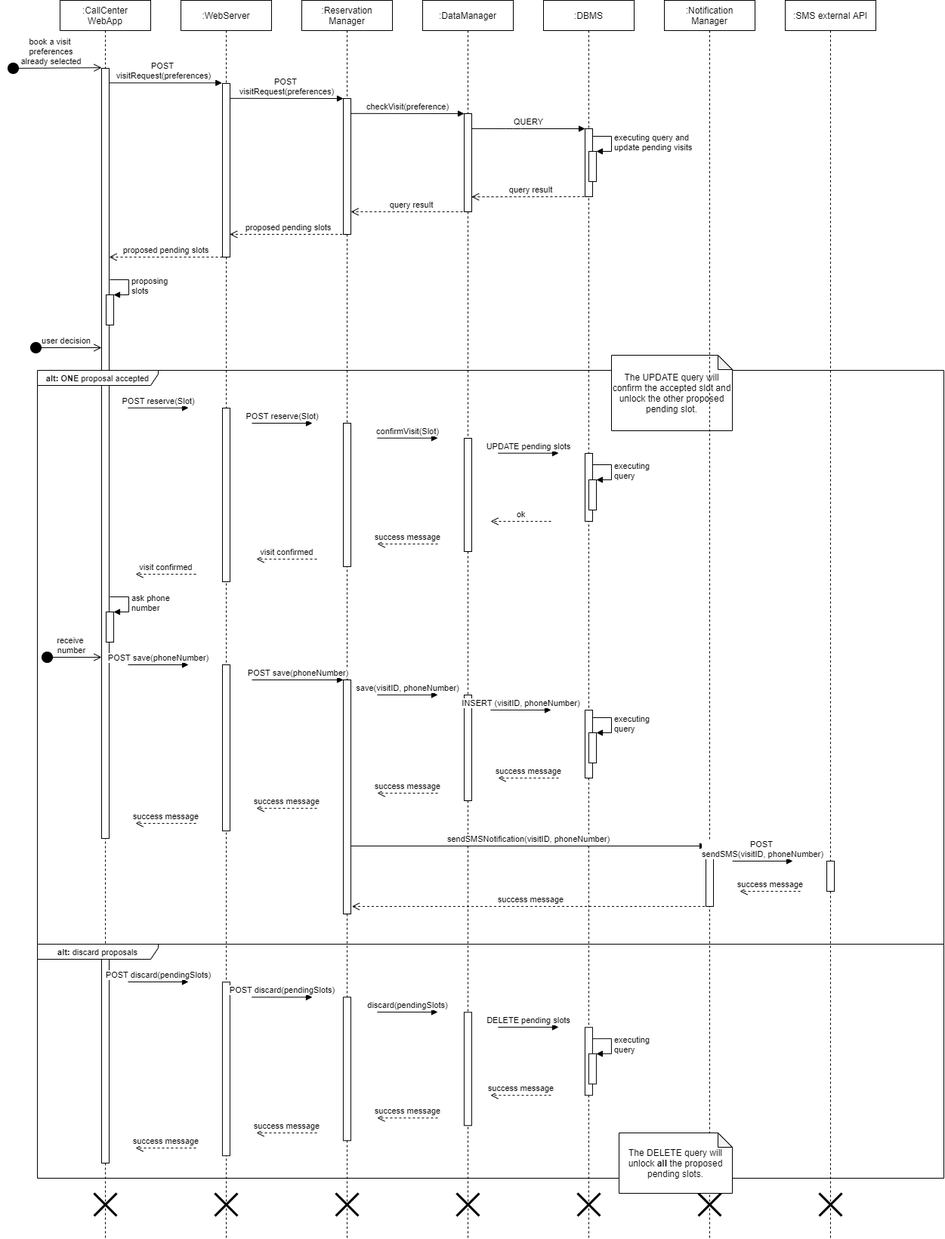
Before: DD/Runtime view diagram/book visit call center.png, a diagram exported from draw.io (CosimoSguanci/SguanciSpataforaVergani-RASD-DD-ingsw2). Source tidied: cells renumbered, new cells last; positions are measured from the earlier drawing's top-left corner, leaving out a move shared by most shapes.
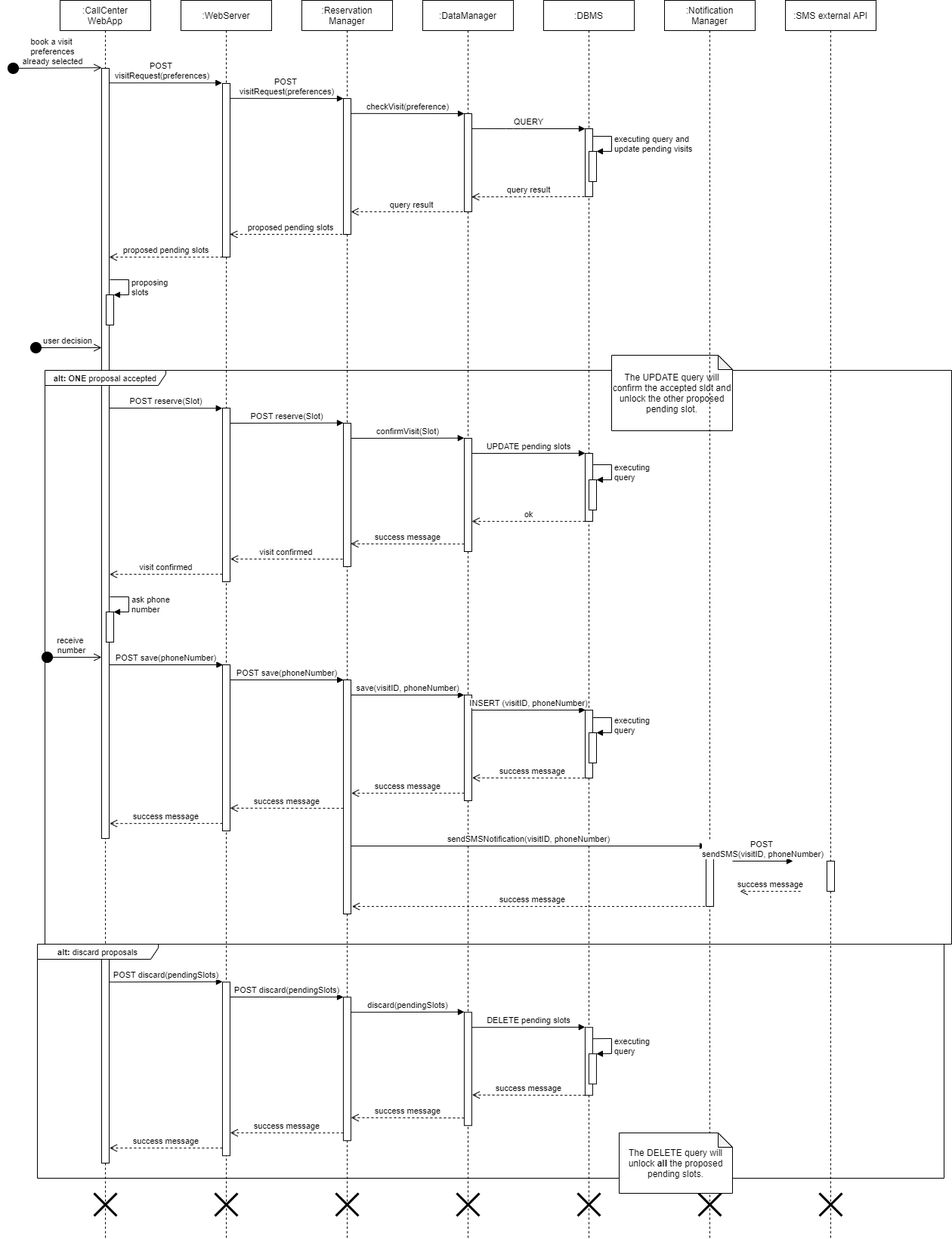
After the commit.

What changed in the source:
```diff
@@ -113,42 +113,38 @@
       </mxGeometry>
     </mxCell>
     <mxCell id="30" value="&lt;font style=&quot;font-size: 11px&quot;&gt;&lt;b&gt;alt: ONE&lt;/b&gt; proposal accepted&lt;/font&gt;" style="shape=umlFrame;whiteSpace=wrap;html=1;width=160;height=20;" parent="1" vertex="1">
-      <mxGeometry x="40" y="490" width="1200" height="760" as="geometry" />
+      <mxGeometry x="50" y="490" width="1200" height="760" as="geometry" />
     </mxCell>
     <mxCell id="31" style="html=1;points=[];perimeter=orthogonalPerimeter;" parent="1" vertex="1">
       <mxGeometry x="125" y="510" width="10" height="600" as="geometry" />
     </mxCell>
-    <mxCell id="32" value="POST reserve(Slot)" style="html=1;verticalAlign=bottom;endArrow=block;" parent="1" edge="1">
+    <mxCell id="32" value="POST reserve(Slot)" style="html=1;verticalAlign=bottom;endArrow=block;entryX=-0.027;entryY=0.001;entryDx=0;entryDy=0;entryPerimeter=0;" parent="1" edge="1" target="33">
       <mxGeometry relative="1" as="geometry">
-        <mxPoint x="160" y="539.8" as="sourcePoint" />
-        <mxPoint x="240" y="539.8" as="targetPoint" />
+        <mxPoint x="135" y="540" as="sourcePoint" />
       </mxGeometry>
     </mxCell>
     <mxCell id="33" style="html=1;points=[];perimeter=orthogonalPerimeter;" parent="1" vertex="1">
       <mxGeometry x="285" y="540" width="10" height="230" as="geometry" />
     </mxCell>
-    <mxCell id="34" value="POST reserve(Slot)" style="html=1;verticalAlign=bottom;endArrow=block;" parent="1" edge="1">
+    <mxCell id="34" value="POST reserve(Slot)" style="html=1;verticalAlign=bottom;endArrow=block;entryX=-0.001;entryY=-0.002;entryDx=0;entryDy=0;entryPerimeter=0;" parent="1" edge="1" target="35">
       <mxGeometry relative="1" as="geometry">
-        <mxPoint x="324" y="560" as="sourcePoint" />
-        <mxPoint x="404" y="560" as="targetPoint" />
+        <mxPoint x="295" y="560" as="sourcePoint" />
       </mxGeometry>
     </mxCell>
     <mxCell id="35" style="html=1;points=[];perimeter=orthogonalPerimeter;" parent="1" vertex="1">
       <mxGeometry x="445" y="560" width="10" height="190" as="geometry" />
     </mxCell>
-    <mxCell id="36" value="confirmVisit(Slot)" style="html=1;verticalAlign=bottom;endArrow=block;" parent="1" edge="1">
+    <mxCell id="36" value="confirmVisit(Slot)" style="html=1;verticalAlign=bottom;endArrow=block;entryX=-0.018;entryY=-0.002;entryDx=0;entryDy=0;entryPerimeter=0;" parent="1" edge="1" target="37">
       <mxGeometry relative="1" as="geometry">
-        <mxPoint x="490" y="579.7" as="sourcePoint" />
-        <mxPoint x="570" y="579.7" as="targetPoint" />
+        <mxPoint x="455" y="580" as="sourcePoint" />
       </mxGeometry>
     </mxCell>
     <mxCell id="37" style="html=1;points=[];perimeter=orthogonalPerimeter;" parent="1" vertex="1">
       <mxGeometry x="605" y="580" width="10" height="150" as="geometry" />
     </mxCell>
-    <mxCell id="38" value="UPDATE pending slots" style="html=1;verticalAlign=bottom;endArrow=block;" parent="1" edge="1">
+    <mxCell id="38" value="UPDATE pending slots" style="html=1;verticalAlign=bottom;endArrow=block;entryX=-0.001;entryY=-0.002;entryDx=0;entryDy=0;entryPerimeter=0;" parent="1" edge="1" target="39">
       <mxGeometry relative="1" as="geometry">
-        <mxPoint x="650" y="599.7" as="sourcePoint" />
-        <mxPoint x="730" y="599.7" as="targetPoint" />
+        <mxPoint x="615" y="600" as="sourcePoint" />
       </mxGeometry>
     </mxCell>
     <mxCell id="39" style="html=1;points=[];perimeter=orthogonalPerimeter;" parent="1" vertex="1">
@@ -165,28 +161,24 @@
         </Array>
       </mxGeometry>
     </mxCell>
-    <mxCell id="42" value="ok" style="html=1;verticalAlign=bottom;endArrow=open;dashed=1;endSize=8;" parent="1" edge="1">
+    <mxCell id="42" value="ok" style="html=1;verticalAlign=bottom;endArrow=open;dashed=1;endSize=8;" parent="1" edge="1" target="37">
       <mxGeometry relative="1" as="geometry">
-        <mxPoint x="720" y="690" as="sourcePoint" />
-        <mxPoint x="640" y="690" as="targetPoint" />
+        <mxPoint x="765" y="690" as="sourcePoint" />
       </mxGeometry>
     </mxCell>
-    <mxCell id="43" value="success message" style="html=1;verticalAlign=bottom;endArrow=open;dashed=1;endSize=8;" parent="1" edge="1">
+    <mxCell id="43" value="success message" style="html=1;verticalAlign=bottom;endArrow=open;dashed=1;endSize=8;entryX=0.974;entryY=0.841;entryDx=0;entryDy=0;entryPerimeter=0;" parent="1" edge="1" target="35">
       <mxGeometry relative="1" as="geometry">
-        <mxPoint x="570" y="720" as="sourcePoint" />
-        <mxPoint x="490" y="720" as="targetPoint" />
+        <mxPoint x="604.9" y="720" as="sourcePoint" />
       </mxGeometry>
     </mxCell>
-    <mxCell id="44" value="visit confirmed" style="html=1;verticalAlign=bottom;endArrow=open;dashed=1;endSize=8;" parent="1" edge="1">
+    <mxCell id="44" value="visit confirmed" style="html=1;verticalAlign=bottom;endArrow=open;dashed=1;endSize=8;entryX=1.036;entryY=0.869;entryDx=0;entryDy=0;entryPerimeter=0;" parent="1" edge="1" target="33">
       <mxGeometry relative="1" as="geometry">
-        <mxPoint x="410" y="740" as="sourcePoint" />
-        <mxPoint x="330" y="740" as="targetPoint" />
+        <mxPoint x="444" y="740" as="sourcePoint" />
       </mxGeometry>
     </mxCell>
-    <mxCell id="45" value="visit confirmed" style="html=1;verticalAlign=bottom;endArrow=open;dashed=1;endSize=8;" parent="1" edge="1">
+    <mxCell id="45" value="visit confirmed" style="html=1;verticalAlign=bottom;endArrow=open;dashed=1;endSize=8;entryX=1.036;entryY=0.417;entryDx=0;entryDy=0;entryPerimeter=0;" parent="1" edge="1" target="31">
       <mxGeometry relative="1" as="geometry">
-        <mxPoint x="250" y="760" as="sourcePoint" />
-        <mxPoint x="170" y="760" as="targetPoint" />
+        <mxPoint x="284.9" y="760" as="sourcePoint" />
       </mxGeometry>
     </mxCell>
     <mxCell id="46" value="The UPDATE query will confirm the accepted slot and unlock the other proposed pending slot." style="shape=note;whiteSpace=wrap;html=1;backgroundOutline=1;darkOpacity=0.05;size=19;" parent="1" vertex="1">
@@ -209,36 +201,33 @@
         <mxPoint x="125" y="870" as="targetPoint" />
       </mxGeometry>
     </mxCell>
-    <mxCell id="50" value="POST save(phoneNumber)" style="html=1;verticalAlign=bottom;endArrow=block;" parent="1" edge="1">
+    <mxCell id="50" value="POST save(phoneNumber)" style="html=1;verticalAlign=bottom;endArrow=block;entryX=0.044;entryY=0;entryDx=0;entryDy=0;entryPerimeter=0;" parent="1" edge="1" target="51">
       <mxGeometry relative="1" as="geometry">
-        <mxPoint x="160" y="880" as="sourcePoint" />
-        <mxPoint x="240" y="880" as="targetPoint" />
+        <mxPoint x="135" y="880" as="sourcePoint" />
       </mxGeometry>
     </mxCell>
     <mxCell id="51" style="html=1;points=[];perimeter=orthogonalPerimeter;" parent="1" vertex="1">
       <mxGeometry x="285" y="880" width="10" height="220" as="geometry" />
     </mxCell>
-    <mxCell id="52" value="POST save(phoneNumber)" style="html=1;verticalAlign=bottom;endArrow=block;" parent="1" edge="1" target="53">
+    <mxCell id="52" value="POST save(phoneNumber)" style="html=1;verticalAlign=bottom;endArrow=block;entryX=0.017;entryY=0;entryDx=0;entryDy=0;entryPerimeter=0;" parent="1" edge="1" target="53">
       <mxGeometry relative="1" as="geometry">
-        <mxPoint x="324" y="900" as="sourcePoint" />
+        <mxPoint x="295" y="900" as="sourcePoint" />
       </mxGeometry>
     </mxCell>
     <mxCell id="53" style="html=1;points=[];perimeter=orthogonalPerimeter;" parent="1" vertex="1">
       <mxGeometry x="445" y="900" width="10" height="310" as="geometry" />
     </mxCell>
-    <mxCell id="54" value="save(visitID, phoneNumber)" style="html=1;verticalAlign=bottom;endArrow=block;" parent="1" edge="1">
+    <mxCell id="54" value="save(visitID, phoneNumber)" style="html=1;verticalAlign=bottom;endArrow=block;entryX=-0.009;entryY=0;entryDx=0;entryDy=0;entryPerimeter=0;" parent="1" edge="1" target="55">
       <mxGeometry relative="1" as="geometry">
-        <mxPoint x="490" y="919.8" as="sourcePoint" />
-        <mxPoint x="570" y="919.8" as="targetPoint" />
+        <mxPoint x="455" y="920" as="sourcePoint" />
       </mxGeometry>
     </mxCell>
     <mxCell id="55" style="html=1;points=[];perimeter=orthogonalPerimeter;" parent="1" vertex="1">
       <mxGeometry x="605" y="920" width="10" height="140" as="geometry" />
     </mxCell>
-    <mxCell id="56" value="INSERT (visitID, phoneNumber)" style="html=1;verticalAlign=bottom;endArrow=block;" parent="1" edge="1">
+    <mxCell id="56" value="INSERT (visitID, phoneNumber)" style="html=1;verticalAlign=bottom;endArrow=block;entryX=0.035;entryY=-0.001;entryDx=0;entryDy=0;entryPerimeter=0;" parent="1" edge="1" target="57">
       <mxGeometry relative="1" as="geometry">
-        <mxPoint x="640" y="939.9" as="sourcePoint" />
-        <mxPoint x="720" y="939.9" as="targetPoint" />
+        <mxPoint x="614.9" y="940" as="sourcePoint" />
       </mxGeometry>
     </mxCell>
     <mxCell id="57" style="html=1;points=[];perimeter=orthogonalPerimeter;" parent="1" vertex="1">
@@ -255,28 +244,24 @@
         </Array>
       </mxGeometry>
     </mxCell>
-    <mxCell id="60" value="success message" style="html=1;verticalAlign=bottom;endArrow=open;dashed=1;endSize=8;" parent="1" edge="1">
+    <mxCell id="60" value="success message" style="html=1;verticalAlign=bottom;endArrow=open;dashed=1;endSize=8;entryX=1.045;entryY=0.784;entryDx=0;entryDy=0;entryPerimeter=0;" parent="1" edge="1" target="55">
       <mxGeometry relative="1" as="geometry">
-        <mxPoint x="730" y="1030" as="sourcePoint" />
-        <mxPoint x="650" y="1030" as="targetPoint" />
+        <mxPoint x="769.9" y="1030" as="sourcePoint" />
       </mxGeometry>
     </mxCell>
-    <mxCell id="61" value="success message" style="html=1;verticalAlign=bottom;endArrow=open;dashed=1;endSize=8;" parent="1" edge="1">
+    <mxCell id="61" value="success message" style="html=1;verticalAlign=bottom;endArrow=open;dashed=1;endSize=8;entryX=1.045;entryY=0.484;entryDx=0;entryDy=0;entryPerimeter=0;" parent="1" edge="1" target="53">
       <mxGeometry relative="1" as="geometry">
-        <mxPoint x="570" y="1050" as="sourcePoint" />
-        <mxPoint x="490" y="1050" as="targetPoint" />
+        <mxPoint x="605" y="1050" as="sourcePoint" />
       </mxGeometry>
     </mxCell>
-    <mxCell id="62" value="success message" style="html=1;verticalAlign=bottom;endArrow=open;dashed=1;endSize=8;" parent="1" edge="1">
+    <mxCell id="62" value="success message" style="html=1;verticalAlign=bottom;endArrow=open;dashed=1;endSize=8;entryX=1.001;entryY=0.863;entryDx=0;entryDy=0;entryPerimeter=0;" parent="1" edge="1" target="51">
       <mxGeometry relative="1" as="geometry">
-        <mxPoint x="410" y="1070" as="sourcePoint" />
-        <mxPoint x="330" y="1070" as="targetPoint" />
+        <mxPoint x="445" y="1070" as="sourcePoint" />
       </mxGeometry>
     </mxCell>
-    <mxCell id="63" value="success message" style="html=1;verticalAlign=bottom;endArrow=open;dashed=1;endSize=8;" parent="1" edge="1">
+    <mxCell id="63" value="success message" style="html=1;verticalAlign=bottom;endArrow=open;dashed=1;endSize=8;entryX=1.054;entryY=0.967;entryDx=0;entryDy=0;entryPerimeter=0;" parent="1" edge="1" target="31">
       <mxGeometry relative="1" as="geometry">
-        <mxPoint x="250" y="1090" as="sourcePoint" />
-        <mxPoint x="170" y="1090" as="targetPoint" />
+        <mxPoint x="285" y="1090" as="sourcePoint" />
       </mxGeometry>
     </mxCell>
     <mxCell id="64" value=":Notification&lt;br&gt;Manager" style="shape=umlLifeline;perimeter=lifelinePerimeter;whiteSpace=wrap;html=1;" parent="1" vertex="1">
@@ -323,37 +308,31 @@
     <mxCell id="75" style="html=1;points=[];perimeter=orthogonalPerimeter;" parent="1" vertex="1">
       <mxGeometry x="125" y="1270" width="10" height="270" as="geometry" />
     </mxCell>
-    <mxCell id="76" value="POST discard(pendingSlots)" style="html=1;verticalAlign=bottom;endArrow=block;" parent="1" edge="1">
+    <mxCell id="76" value="POST discard(pendingSlots)" style="html=1;verticalAlign=bottom;endArrow=block;entryX=-0.005;entryY=-0.002;entryDx=0;entryDy=0;entryPerimeter=0;" parent="1" edge="1" target="77">
       <mxGeometry relative="1" as="geometry">
-        <mxPoint x="159.9" y="1300" as="sourcePoint" />
-        <mxPoint x="239.9" y="1300" as="targetPoint" />
+        <mxPoint x="135" y="1300.2" as="sourcePoint" />
       </mxGeometry>
     </mxCell>
     <mxCell id="77" style="html=1;points=[];perimeter=orthogonalPerimeter;" parent="1" vertex="1">
       <mxGeometry x="284.9" y="1300.2" width="10" height="230" as="geometry" />
     </mxCell>
-    <mxCell id="78" value="POST discard(pendingSlots)" style="html=1;verticalAlign=bottom;endArrow=block;" parent="1" edge="1">
-      <mxGeometry relative="1" as="geometry">
-        <mxPoint x="323.9" y="1320.2" as="sourcePoint" />
-        <mxPoint x="403.9" y="1320.2" as="targetPoint" />
-      </mxGeometry>
+    <mxCell id="78" value="POST discard(pendingSlots)" style="html=1;verticalAlign=bottom;endArrow=block;exitX=1.04;exitY=0.086;exitDx=0;exitDy=0;exitPerimeter=0;entryX=0.007;entryY=-0.001;entryDx=0;entryDy=0;entryPerimeter=0;" parent="1" edge="1" source="77" target="79">
+      <mxGeometry relative="1" as="geometry" />
     </mxCell>
     <mxCell id="79" style="html=1;points=[];perimeter=orthogonalPerimeter;" parent="1" vertex="1">
       <mxGeometry x="444.9" y="1320.2" width="10" height="190" as="geometry" />
     </mxCell>
-    <mxCell id="80" value="discard(pendingSlots)" style="html=1;verticalAlign=bottom;endArrow=block;" parent="1" edge="1">
+    <mxCell id="80" value="discard(pendingSlots)" style="html=1;verticalAlign=bottom;endArrow=block;entryX=0.002;entryY=-0.003;entryDx=0;entryDy=0;entryPerimeter=0;" parent="1" edge="1" target="81">
       <mxGeometry relative="1" as="geometry">
-        <mxPoint x="489.9" y="1340" as="sourcePoint" />
-        <mxPoint x="569.9" y="1340" as="targetPoint" />
+        <mxPoint x="455" y="1340.2" as="sourcePoint" />
       </mxGeometry>
     </mxCell>
     <mxCell id="81" style="html=1;points=[];perimeter=orthogonalPerimeter;" parent="1" vertex="1">
       <mxGeometry x="604.9" y="1340.2" width="10" height="150" as="geometry" />
     </mxCell>
-    <mxCell id="82" value="DELETE pending slots" style="html=1;verticalAlign=bottom;endArrow=block;" parent="1" edge="1">
+    <mxCell id="82" value="DELETE pending slots" style="html=1;verticalAlign=bottom;endArrow=block;entryX=-0.013;entryY=-0.004;entryDx=0;entryDy=0;entryPerimeter=0;" parent="1" edge="1" target="83">
       <mxGeometry relative="1" as="geometry">
-        <mxPoint x="649.9" y="1360" as="sourcePoint" />
-        <mxPoint x="729.9" y="1360" as="targetPoint" />
+        <mxPoint x="614.9" y="1360.2" as="sourcePoint" />
       </mxGeometry>
     </mxCell>
     <mxCell id="83" style="html=1;points=[];perimeter=orthogonalPerimeter;" parent="1" vertex="1">
@@ -370,28 +349,24 @@
         </Array>
       </mxGeometry>
     </mxCell>
-    <mxCell id="86" value="success message" style="html=1;verticalAlign=bottom;endArrow=open;dashed=1;endSize=8;" parent="1" edge="1">
+    <mxCell id="86" value="success message" style="html=1;verticalAlign=bottom;endArrow=open;dashed=1;endSize=8;entryX=1.044;entryY=0.73;entryDx=0;entryDy=0;entryPerimeter=0;" parent="1" edge="1" target="81">
       <mxGeometry relative="1" as="geometry">
-        <mxPoint x="719.9" y="1450.2" as="sourcePoint" />
-        <mxPoint x="639.9" y="1450.2" as="targetPoint" />
+        <mxPoint x="765" y="1450.2" as="sourcePoint" />
       </mxGeometry>
     </mxCell>
-    <mxCell id="87" value="success message" style="html=1;verticalAlign=bottom;endArrow=open;dashed=1;endSize=8;" parent="1" edge="1">
+    <mxCell id="87" value="success message" style="html=1;verticalAlign=bottom;endArrow=open;dashed=1;endSize=8;entryX=1.014;entryY=0.84;entryDx=0;entryDy=0;entryPerimeter=0;" parent="1" edge="1" target="79">
       <mxGeometry relative="1" as="geometry">
-        <mxPoint x="569.9" y="1480.2" as="sourcePoint" />
-        <mxPoint x="489.9" y="1480.2" as="targetPoint" />
+        <mxPoint x="604.9" y="1480.2" as="sourcePoint" />
       </mxGeometry>
     </mxCell>
-    <mxCell id="88" value="success message" style="html=1;verticalAlign=bottom;endArrow=open;dashed=1;endSize=8;" parent="1" edge="1">
+    <mxCell id="88" value="success message" style="html=1;verticalAlign=bottom;endArrow=open;dashed=1;endSize=8;entryX=1.022;entryY=0.868;entryDx=0;entryDy=0;entryPerimeter=0;" parent="1" edge="1" target="77">
       <mxGeometry relative="1" as="geometry">
-        <mxPoint x="410" y="1500" as="sourcePoint" />
-        <mxPoint x="330" y="1500" as="targetPoint" />
+        <mxPoint x="445" y="1500" as="sourcePoint" />
       </mxGeometry>
     </mxCell>
-    <mxCell id="89" value="success message" style="html=1;verticalAlign=bottom;endArrow=open;dashed=1;endSize=8;" parent="1" edge="1">
+    <mxCell id="89" value="success message" style="html=1;verticalAlign=bottom;endArrow=open;dashed=1;endSize=8;entryX=1.031;entryY=0.926;entryDx=0;entryDy=0;entryPerimeter=0;" parent="1" edge="1" target="75">
       <mxGeometry relative="1" as="geometry">
-        <mxPoint x="250" y="1520" as="sourcePoint" />
-        <mxPoint x="170" y="1520" as="targetPoint" />
+        <mxPoint x="284.9" y="1520" as="sourcePoint" />
       </mxGeometry>
     </mxCell>
     <mxCell id="90" value="user decision" style="html=1;verticalAlign=bottom;startArrow=circle;startFill=1;endArrow=open;startSize=6;endSize=8;" parent="1" edge="1">
```
